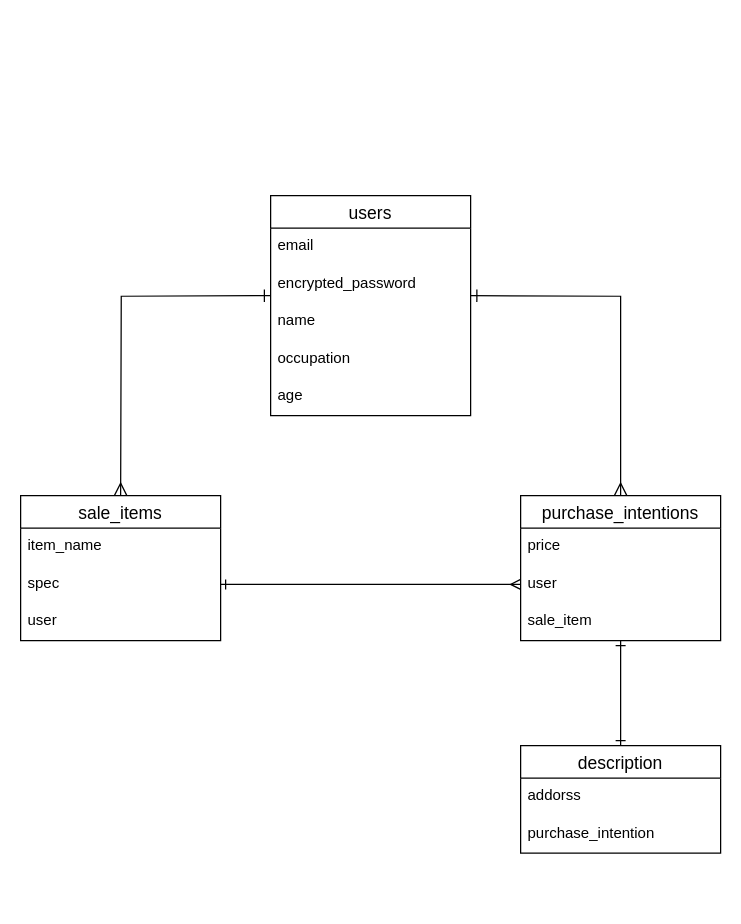
AkasakA8527/furima-40146 keeps this draw.io diagram as furimaER.dio. Above is the earlier version. Source tidied: cells renumbered, new cells numbered last; positions are measured from the earlier drawing's top-left corner, leaving out a move shared by most shapes. Both pictures are drawn from the tidied source at 125%, with x=0, y=0 at pixel (20, 195).
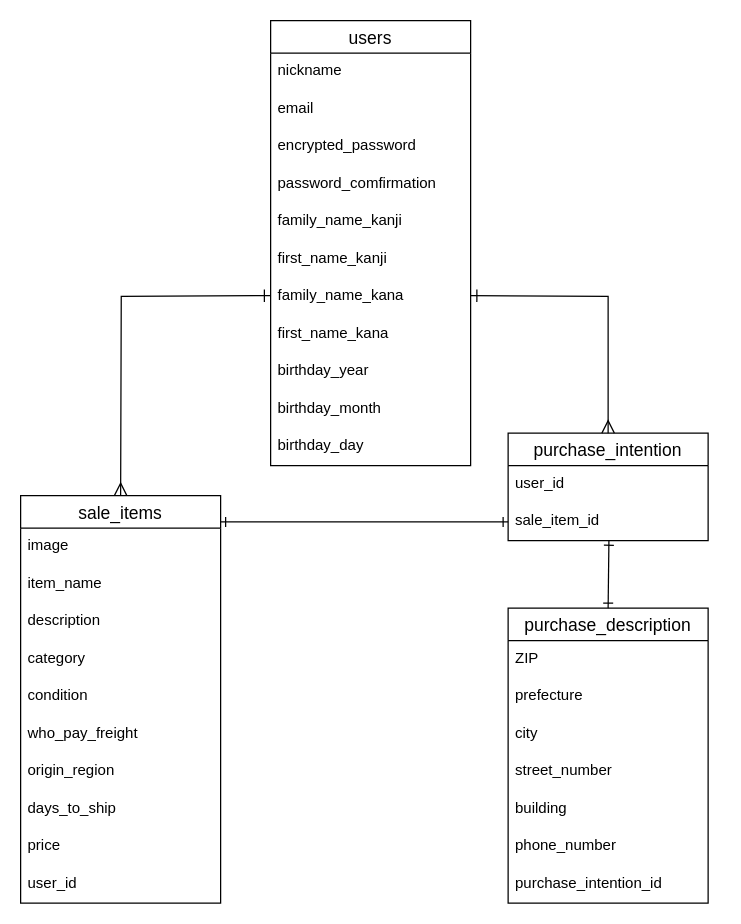
The same diagram, later.

Diff of the diagram source:
```diff
@@
     <mxCell id="2" value="users" style="swimlane;fontStyle=0;horizontal=1;startSize=26;align=center;fontSize=14;" parent="1" vertex="1">
-      <mxGeometry x="200" width="160" height="176" as="geometry" />
+      <mxGeometry x="200" y="-140" width="160" height="356" as="geometry" />
     </mxCell>
-    <mxCell id="3" value="email" style="text;strokeColor=none;fillColor=none;spacingLeft=4;spacingRight=4;overflow=hidden;fontSize=12;" parent="2" vertex="1">
+    <mxCell id="3" value="nickname" style="text;strokeColor=none;fillColor=none;spacingLeft=4;spacingRight=4;overflow=hidden;fontSize=12;" parent="2" vertex="1">
       <mxGeometry y="26" width="160" height="30" as="geometry" />
     </mxCell>
-    <mxCell id="4" value="encrypted_password" style="text;strokeColor=none;fillColor=none;spacingLeft=4;spacingRight=4;overflow=hidden;fontSize=12;" parent="2" vertex="1">
+    <mxCell id="4" value="email" style="text;strokeColor=none;fillColor=none;spacingLeft=4;spacingRight=4;overflow=hidden;fontSize=12;" parent="2" vertex="1">
       <mxGeometry y="56" width="160" height="30" as="geometry" />
     </mxCell>
-    <mxCell id="5" value="name" style="text;strokeColor=none;fillColor=none;spacingLeft=4;spacingRight=4;overflow=hidden;fontSize=12;" parent="2" vertex="1">
+    <mxCell id="5" value="encrypted_password" style="text;strokeColor=none;fillColor=none;spacingLeft=4;spacingRight=4;overflow=hidden;fontSize=12;" parent="2" vertex="1">
       <mxGeometry y="86" width="160" height="30" as="geometry" />
     </mxCell>
-    <mxCell id="6" value="occupation" style="text;strokeColor=none;fillColor=none;spacingLeft=4;spacingRight=4;overflow=hidden;fontSize=12;" parent="2" vertex="1">
+    <mxCell id="6" value="password_comfirmation" style="text;strokeColor=none;fillColor=none;spacingLeft=4;spacingRight=4;overflow=hidden;fontSize=12;" parent="2" vertex="1">
       <mxGeometry y="116" width="160" height="30" as="geometry" />
     </mxCell>
-    <mxCell id="7" value="age" style="text;strokeColor=none;fillColor=none;spacingLeft=4;spacingRight=4;overflow=hidden;fontSize=12;" parent="2" vertex="1">
+    <mxCell id="7" value="family_name_kanji" style="text;strokeColor=none;fillColor=none;spacingLeft=4;spacingRight=4;overflow=hidden;fontSize=12;" parent="2" vertex="1">
       <mxGeometry y="146" width="160" height="30" as="geometry" />
     </mxCell>
+    <mxCell id="23" value="first_name_kanji" style="text;strokeColor=none;fillColor=none;spacingLeft=4;spacingRight=4;overflow=hidden;fontSize=12;" parent="2" vertex="1">
+      <mxGeometry y="176" width="160" height="30" as="geometry" />
+    </mxCell>
+    <mxCell id="24" value="family_name_kana" style="text;strokeColor=none;fillColor=none;spacingLeft=4;spacingRight=4;overflow=hidden;fontSize=12;" parent="2" vertex="1">
+      <mxGeometry y="206" width="160" height="30" as="geometry" />
+    </mxCell>
+    <mxCell id="25" value="first_name_kana" style="text;strokeColor=none;fillColor=none;spacingLeft=4;spacingRight=4;overflow=hidden;fontSize=12;" parent="2" vertex="1">
+      <mxGeometry y="236" width="160" height="30" as="geometry" />
+    </mxCell>
+    <mxCell id="26" value="birthday_year" style="text;strokeColor=none;fillColor=none;spacingLeft=4;spacingRight=4;overflow=hidden;fontSize=12;" parent="2" vertex="1">
+      <mxGeometry y="266" width="160" height="30" as="geometry" />
+    </mxCell>
+    <mxCell id="27" value="birthday_month" style="text;strokeColor=none;fillColor=none;spacingLeft=4;spacingRight=4;overflow=hidden;fontSize=12;" parent="2" vertex="1">
+      <mxGeometry y="296" width="160" height="30" as="geometry" />
+    </mxCell>
+    <mxCell id="28" value="birthday_day" style="text;strokeColor=none;fillColor=none;spacingLeft=4;spacingRight=4;overflow=hidden;fontSize=12;" parent="2" vertex="1">
+      <mxGeometry y="326" width="160" height="30" as="geometry" />
+    </mxCell>
     <mxCell id="8" value="sale_items" style="swimlane;fontStyle=0;horizontal=1;startSize=26;align=center;fontSize=14;" parent="1" vertex="1">
-      <mxGeometry y="240" width="160" height="116" as="geometry" />
+      <mxGeometry y="240" width="160" height="326" as="geometry" />
     </mxCell>
-    <mxCell id="9" value="item_name" style="text;strokeColor=none;fillColor=none;spacingLeft=4;spacingRight=4;overflow=hidden;fontSize=12;" parent="8" vertex="1">
+    <mxCell id="9" value="image" style="text;strokeColor=none;fillColor=none;spacingLeft=4;spacingRight=4;overflow=hidden;fontSize=12;" parent="8" vertex="1">
       <mxGeometry y="26" width="160" height="30" as="geometry" />
     </mxCell>
-    <mxCell id="10" value="spec" style="text;strokeColor=none;fillColor=none;spacingLeft=4;spacingRight=4;overflow=hidden;points=[[0,0.5],[1,0.5]];portConstraint=eastwest;fontSize=12;" parent="8" vertex="1">
+    <mxCell id="10" value="item_name" style="text;strokeColor=none;fillColor=none;spacingLeft=4;spacingRight=4;overflow=hidden;points=[[0,0.5],[1,0.5]];portConstraint=eastwest;fontSize=12;" parent="8" vertex="1">
       <mxGeometry y="56" width="160" height="30" as="geometry" />
     </mxCell>
-    <mxCell id="11" value="user" style="text;strokeColor=none;fillColor=none;spacingLeft=4;spacingRight=4;overflow=hidden;fontSize=12;" parent="8" vertex="1">
+    <mxCell id="11" value="description" style="text;strokeColor=none;fillColor=none;spacingLeft=4;spacingRight=4;overflow=hidden;fontSize=12;" parent="8" vertex="1">
       <mxGeometry y="86" width="160" height="30" as="geometry" />
     </mxCell>
+    <mxCell id="29" value="category" style="text;strokeColor=none;fillColor=none;spacingLeft=4;spacingRight=4;overflow=hidden;fontSize=12;" parent="8" vertex="1">
+      <mxGeometry y="116" width="160" height="30" as="geometry" />
+    </mxCell>
+    <mxCell id="30" value="condition" style="text;strokeColor=none;fillColor=none;spacingLeft=4;spacingRight=4;overflow=hidden;fontSize=12;" parent="8" vertex="1">
+      <mxGeometry y="146" width="160" height="30" as="geometry" />
+    </mxCell>
+    <mxCell id="31" value="who_pay_freight" style="text;strokeColor=none;fillColor=none;spacingLeft=4;spacingRight=4;overflow=hidden;fontSize=12;" parent="8" vertex="1">
+      <mxGeometry y="176" width="160" height="30" as="geometry" />
+    </mxCell>
+    <mxCell id="32" value="origin_region" style="text;strokeColor=none;fillColor=none;spacingLeft=4;spacingRight=4;overflow=hidden;fontSize=12;" parent="8" vertex="1">
+      <mxGeometry y="206" width="160" height="30" as="geometry" />
+    </mxCell>
+    <mxCell id="33" value="days_to_ship" style="text;strokeColor=none;fillColor=none;spacingLeft=4;spacingRight=4;overflow=hidden;fontSize=12;" parent="8" vertex="1">
+      <mxGeometry y="236" width="160" height="30" as="geometry" />
+    </mxCell>
+    <mxCell id="34" value="price" style="text;strokeColor=none;fillColor=none;spacingLeft=4;spacingRight=4;overflow=hidden;fontSize=12;" parent="8" vertex="1">
+      <mxGeometry y="266" width="160" height="30" as="geometry" />
+    </mxCell>
+    <mxCell id="35" value="user_id" style="text;strokeColor=none;fillColor=none;spacingLeft=4;spacingRight=4;overflow=hidden;fontSize=12;" parent="8" vertex="1">
+      <mxGeometry y="296" width="160" height="30" as="geometry" />
+    </mxCell>
-    <mxCell id="12" value="purchase_intentions" style="swimlane;fontStyle=0;horizontal=1;startSize=26;align=center;fontSize=14;" parent="1" vertex="1">
-      <mxGeometry x="400" y="240" width="160" height="116" as="geometry" />
+    <mxCell id="12" value="purchase_description" style="swimlane;fontStyle=0;horizontal=1;startSize=26;align=center;fontSize=14;" parent="1" vertex="1">
+      <mxGeometry x="390" y="330" width="160" height="236" as="geometry" />
     </mxCell>
-    <mxCell id="13" value="price" style="text;strokeColor=none;fillColor=none;spacingLeft=4;spacingRight=4;overflow=hidden;fontSize=12;" parent="12" vertex="1">
+    <mxCell id="13" value="ZIP" style="text;strokeColor=none;fillColor=none;spacingLeft=4;spacingRight=4;overflow=hidden;fontSize=12;" parent="12" vertex="1">
       <mxGeometry y="26" width="160" height="30" as="geometry" />
     </mxCell>
-    <mxCell id="14" value="user" style="text;strokeColor=none;fillColor=none;spacingLeft=4;spacingRight=4;overflow=hidden;points=[[0,0.5],[1,0.5]];portConstraint=eastwest;fontSize=12;" parent="12" vertex="1">
+    <mxCell id="14" value="prefecture" style="text;strokeColor=none;fillColor=none;spacingLeft=4;spacingRight=4;overflow=hidden;points=[[0,0.5],[1,0.5]];portConstraint=eastwest;fontSize=12;" parent="12" vertex="1">
       <mxGeometry y="56" width="160" height="30" as="geometry" />
     </mxCell>
-    <mxCell id="15" value="sale_item" style="text;strokeColor=none;fillColor=none;spacingLeft=4;spacingRight=4;overflow=hidden;fontSize=12;" parent="12" vertex="1">
+    <mxCell id="15" value="city" style="text;strokeColor=none;fillColor=none;spacingLeft=4;spacingRight=4;overflow=hidden;fontSize=12;" parent="12" vertex="1">
       <mxGeometry y="86" width="160" height="30" as="geometry" />
     </mxCell>
+    <mxCell id="36" value="street_number" style="text;strokeColor=none;fillColor=none;spacingLeft=4;spacingRight=4;overflow=hidden;fontSize=12;" parent="12" vertex="1">
+      <mxGeometry y="116" width="160" height="30" as="geometry" />
+    </mxCell>
+    <mxCell id="37" value="building" style="text;strokeColor=none;fillColor=none;spacingLeft=4;spacingRight=4;overflow=hidden;fontSize=12;" parent="12" vertex="1">
+      <mxGeometry y="146" width="160" height="30" as="geometry" />
+    </mxCell>
+    <mxCell id="38" value="phone_number" style="text;strokeColor=none;fillColor=none;spacingLeft=4;spacingRight=4;overflow=hidden;fontSize=12;" parent="12" vertex="1">
+      <mxGeometry y="176" width="160" height="30" as="geometry" />
+    </mxCell>
+    <mxCell id="39" value="purchase_intention_id" style="text;strokeColor=none;fillColor=none;spacingLeft=4;spacingRight=4;overflow=hidden;fontSize=12;" parent="12" vertex="1">
+      <mxGeometry y="206" width="160" height="30" as="geometry" />
+    </mxCell>
-    <mxCell id="16" value="description" style="swimlane;fontStyle=0;horizontal=1;startSize=26;align=center;fontSize=14;" parent="1" vertex="1">
-      <mxGeometry x="400" y="440" width="160" height="86" as="geometry" />
+    <mxCell id="16" value="purchase_intention" style="swimlane;fontStyle=0;horizontal=1;startSize=26;align=center;fontSize=14;" parent="1" vertex="1">
+      <mxGeometry x="390" y="190" width="160" height="86" as="geometry" />
     </mxCell>
-    <mxCell id="17" value="addorss" style="text;strokeColor=none;fillColor=none;spacingLeft=4;spacingRight=4;overflow=hidden;fontSize=12;" parent="16" vertex="1">
+    <mxCell id="17" value="user_id" style="text;strokeColor=none;fillColor=none;spacingLeft=4;spacingRight=4;overflow=hidden;fontSize=12;" parent="16" vertex="1">
       <mxGeometry y="26" width="160" height="30" as="geometry" />
     </mxCell>
-    <mxCell id="18" value="purchase_intention" style="text;strokeColor=none;fillColor=none;spacingLeft=4;spacingRight=4;overflow=hidden;points=[[0,0.5],[1,0.5]];portConstraint=eastwest;fontSize=12;" parent="16" vertex="1">
+    <mxCell id="18" value="sale_item_id" style="text;strokeColor=none;fillColor=none;spacingLeft=4;spacingRight=4;overflow=hidden;points=[[0,0.5],[1,0.5]];portConstraint=eastwest;fontSize=12;" parent="16" vertex="1">
       <mxGeometry y="56" width="160" height="30" as="geometry" />
     </mxCell>
-    <mxCell id="19" style="edgeStyle=orthogonalEdgeStyle;endArrow=ERmany;html=1;rounded=0;endSize=8;startSize=8;sourcePerimeterSpacing=0;targetPerimeterSpacing=0;entryX=0.5;entryY=0;entryDx=0;entryDy=0;endFill=0;startArrow=ERone;startFill=0;" parent="1" edge="1" target="12">
+    <mxCell id="19" style="edgeStyle=orthogonalEdgeStyle;endArrow=ERmany;html=1;rounded=0;endSize=8;startSize=8;sourcePerimeterSpacing=0;targetPerimeterSpacing=0;endFill=0;startArrow=ERone;startFill=0;entryX=0.5;entryY=0;entryDx=0;entryDy=0;" parent="1" edge="1" target="16">
       <mxGeometry relative="1" as="geometry">
         <mxPoint x="360" y="80" as="sourcePoint" />
       </mxGeometry>
     </mxCell>
@@
-    <mxCell id="21" style="edgeStyle=none;html=1;exitX=1;exitY=0.5;exitDx=0;exitDy=0;entryX=0;entryY=0.5;entryDx=0;entryDy=0;startArrow=ERone;startFill=0;endArrow=ERmany;endFill=0;" parent="1" edge="1" source="10" target="14">
-      <mxGeometry relative="1" as="geometry" />
+    <mxCell id="21" style="edgeStyle=none;html=1;entryX=0;entryY=0.5;entryDx=0;entryDy=0;startArrow=ERone;startFill=0;endArrow=ERone;endFill=0;" parent="1" edge="1" target="18">
+      <mxGeometry relative="1" as="geometry">
+        <mxPoint x="160" y="261" as="sourcePoint" />
+      </mxGeometry>
     </mxCell>
-    <mxCell id="22" style="endArrow=ERone;html=1;exitX=0.5;exitY=0;exitDx=0;exitDy=0;startArrow=ERone;startFill=0;endFill=0;" parent="1" edge="1" source="16">
-      <mxGeometry relative="1" as="geometry">
-        <mxPoint x="480" y="356" as="targetPoint" />
-      </mxGeometry>
-    </mxCell>
+    <mxCell id="40" style="endArrow=ERone;html=1;entryX=0.504;entryY=0.989;entryDx=0;entryDy=0;entryPerimeter=0;exitX=0.5;exitY=0;exitDx=0;exitDy=0;startArrow=ERone;startFill=0;endFill=0;" parent="1" edge="1" source="12" target="18">
+      <mxGeometry relative="1" as="geometry" />
+    </mxCell>
```
